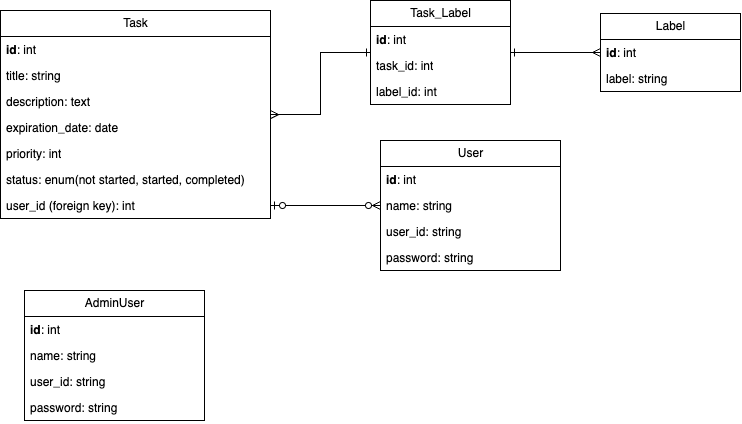
Before: myapp/docs/ER.png, a diagram exported from draw.io (Fablic/training). Source tidied: cells renumbered, new cells last; positions are measured from the earlier drawing's top-left corner, leaving out a move shared by most shapes.
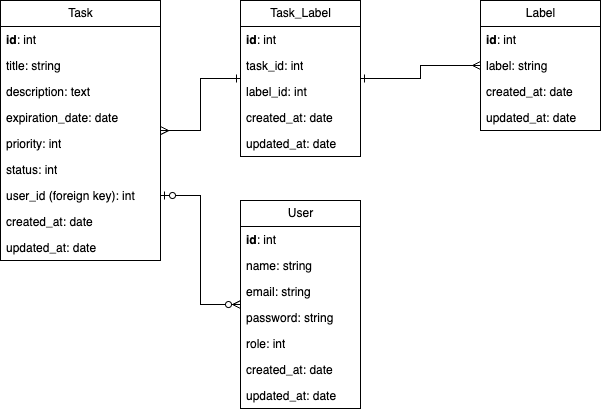
The same diagram one commit later.

The edit, as a diff of the source:
```diff
@@ -6,85 +6,97 @@
       <mxGeometry relative="1" as="geometry" />
     </mxCell>
     <mxCell id="3" value="Task" style="swimlane;fontStyle=0;horizontal=1;startSize=26;fillColor=none;html=1;" parent="1" vertex="1">
-      <mxGeometry y="10" width="270" height="208" as="geometry" />
+      <mxGeometry x="110" y="10" width="160" height="260" as="geometry" />
     </mxCell>
     <mxCell id="4" value="&lt;b&gt;id&lt;/b&gt;: int" style="text;strokeColor=none;fillColor=none;align=left;verticalAlign=top;spacingLeft=4;spacingRight=4;overflow=hidden;whiteSpace=wrap;html=1;" parent="3" vertex="1">
-      <mxGeometry y="26" width="270" height="26" as="geometry" />
+      <mxGeometry y="26" width="160" height="26" as="geometry" />
     </mxCell>
     <mxCell id="5" value="title: string" style="text;strokeColor=none;fillColor=none;align=left;verticalAlign=top;spacingLeft=4;spacingRight=4;overflow=hidden;whiteSpace=wrap;html=1;" parent="3" vertex="1">
-      <mxGeometry y="52" width="270" height="26" as="geometry" />
+      <mxGeometry y="52" width="160" height="26" as="geometry" />
     </mxCell>
     <mxCell id="6" value="description: text" style="text;strokeColor=none;fillColor=none;align=left;verticalAlign=top;spacingLeft=4;spacingRight=4;overflow=hidden;whiteSpace=wrap;html=1;" parent="3" vertex="1">
-      <mxGeometry y="78" width="270" height="26" as="geometry" />
+      <mxGeometry y="78" width="160" height="26" as="geometry" />
     </mxCell>
     <mxCell id="7" value="expiration_date: date" style="text;strokeColor=none;fillColor=none;align=left;verticalAlign=top;spacingLeft=4;spacingRight=4;overflow=hidden;whiteSpace=wrap;html=1;" parent="3" vertex="1">
-      <mxGeometry y="104" width="270" height="26" as="geometry" />
+      <mxGeometry y="104" width="160" height="26" as="geometry" />
     </mxCell>
     <mxCell id="8" value="priority: int" style="text;strokeColor=none;fillColor=none;align=left;verticalAlign=top;spacingLeft=4;spacingRight=4;overflow=hidden;whiteSpace=wrap;html=1;" parent="3" vertex="1">
-      <mxGeometry y="130" width="270" height="26" as="geometry" />
+      <mxGeometry y="130" width="160" height="26" as="geometry" />
     </mxCell>
-    <mxCell id="9" value="status: enum(not started, started, completed)" style="text;strokeColor=none;fillColor=none;align=left;verticalAlign=top;spacingLeft=4;spacingRight=4;overflow=hidden;whiteSpace=wrap;html=1;" parent="3" vertex="1">
-      <mxGeometry y="156" width="270" height="26" as="geometry" />
+    <mxCell id="9" value="status: int" style="text;strokeColor=none;fillColor=none;align=left;verticalAlign=top;spacingLeft=4;spacingRight=4;overflow=hidden;whiteSpace=wrap;html=1;" parent="3" vertex="1">
+      <mxGeometry y="156" width="160" height="26" as="geometry" />
     </mxCell>
     <mxCell id="10" value="user_id (foreign key): int" style="text;strokeColor=none;fillColor=none;align=left;verticalAlign=top;spacingLeft=4;spacingRight=4;overflow=hidden;points=[[0,0.5],[1,0.5]];portConstraint=eastwest;whiteSpace=wrap;html=1;" parent="3" vertex="1">
-      <mxGeometry y="182" width="270" height="26" as="geometry" />
+      <mxGeometry y="182" width="160" height="26" as="geometry" />
     </mxCell>
+    <mxCell id="30" value="created_at: date" style="text;strokeColor=none;fillColor=none;align=left;verticalAlign=top;spacingLeft=4;spacingRight=4;overflow=hidden;whiteSpace=wrap;html=1;" parent="3" vertex="1">
+      <mxGeometry y="208" width="160" height="26" as="geometry" />
+    </mxCell>
+    <mxCell id="31" value="updated_at: date" style="text;strokeColor=none;fillColor=none;align=left;verticalAlign=top;spacingLeft=4;spacingRight=4;overflow=hidden;whiteSpace=wrap;html=1;" parent="3" vertex="1">
+      <mxGeometry y="234" width="160" height="26" as="geometry" />
+    </mxCell>
     <mxCell id="11" value="Label" style="swimlane;fontStyle=0;horizontal=1;startSize=26;fillColor=none;html=1;" parent="1" vertex="1">
-      <mxGeometry x="600" y="13" width="140" height="78" as="geometry" />
+      <mxGeometry x="590" y="10" width="120" height="130" as="geometry" />
     </mxCell>
     <mxCell id="12" value="&lt;b&gt;id&lt;/b&gt;: int" style="text;strokeColor=none;fillColor=none;align=left;verticalAlign=top;spacingLeft=4;spacingRight=4;overflow=hidden;whiteSpace=wrap;html=1;" parent="11" vertex="1">
-      <mxGeometry y="26" width="140" height="26" as="geometry" />
+      <mxGeometry y="26" width="120" height="26" as="geometry" />
     </mxCell>
     <mxCell id="13" value="label: string" style="text;strokeColor=none;fillColor=none;align=left;verticalAlign=top;spacingLeft=4;spacingRight=4;overflow=hidden;whiteSpace=wrap;html=1;" parent="11" vertex="1">
-      <mxGeometry y="52" width="140" height="26" as="geometry" />
+      <mxGeometry y="52" width="120" height="26" as="geometry" />
     </mxCell>
+    <mxCell id="32" value="created_at: date" style="text;strokeColor=none;fillColor=none;align=left;verticalAlign=top;spacingLeft=4;spacingRight=4;overflow=hidden;whiteSpace=wrap;html=1;" parent="11" vertex="1">
+      <mxGeometry y="78" width="120" height="26" as="geometry" />
+    </mxCell>
+    <mxCell id="33" value="updated_at: date" style="text;strokeColor=none;fillColor=none;align=left;verticalAlign=top;spacingLeft=4;spacingRight=4;overflow=hidden;whiteSpace=wrap;html=1;" parent="11" vertex="1">
+      <mxGeometry y="104" width="120" height="26" as="geometry" />
+    </mxCell>
     <mxCell id="14" value="User" style="swimlane;fontStyle=0;horizontal=1;startSize=26;fillColor=none;html=1;" parent="1" vertex="1">
-      <mxGeometry x="380" y="140" width="180" height="130" as="geometry" />
+      <mxGeometry x="350" y="210" width="120" height="208" as="geometry" />
     </mxCell>
     <mxCell id="15" value="&lt;b&gt;id&lt;/b&gt;: int" style="text;strokeColor=none;fillColor=none;align=left;verticalAlign=top;spacingLeft=4;spacingRight=4;overflow=hidden;whiteSpace=wrap;html=1;" parent="14" vertex="1">
-      <mxGeometry y="26" width="180" height="26" as="geometry" />
+      <mxGeometry y="26" width="120" height="26" as="geometry" />
     </mxCell>
     <mxCell id="16" value="name: string" style="text;strokeColor=none;fillColor=none;align=left;verticalAlign=top;spacingLeft=4;spacingRight=4;overflow=hidden;whiteSpace=wrap;html=1;" parent="14" vertex="1">
-      <mxGeometry y="52" width="180" height="26" as="geometry" />
+      <mxGeometry y="52" width="120" height="26" as="geometry" />
     </mxCell>
-    <mxCell id="17" value="user_id: string" style="text;strokeColor=none;fillColor=none;align=left;verticalAlign=top;spacingLeft=4;spacingRight=4;overflow=hidden;whiteSpace=wrap;html=1;" parent="14" vertex="1">
-      <mxGeometry y="78" width="180" height="26" as="geometry" />
+    <mxCell id="17" value="email: string" style="text;strokeColor=none;fillColor=none;align=left;verticalAlign=top;spacingLeft=4;spacingRight=4;overflow=hidden;whiteSpace=wrap;html=1;" parent="14" vertex="1">
+      <mxGeometry y="78" width="120" height="26" as="geometry" />
     </mxCell>
     <mxCell id="18" value="password: string" style="text;strokeColor=none;fillColor=none;align=left;verticalAlign=top;spacingLeft=4;spacingRight=4;overflow=hidden;whiteSpace=wrap;html=1;" parent="14" vertex="1">
-      <mxGeometry y="104" width="180" height="26" as="geometry" />
+      <mxGeometry y="104" width="120" height="26" as="geometry" />
     </mxCell>
+    <mxCell id="34" value="role: int" style="text;strokeColor=none;fillColor=none;align=left;verticalAlign=top;spacingLeft=4;spacingRight=4;overflow=hidden;whiteSpace=wrap;html=1;" parent="14" vertex="1">
+      <mxGeometry y="130" width="120" height="26" as="geometry" />
+    </mxCell>
+    <mxCell id="35" value="created_at: date" style="text;strokeColor=none;fillColor=none;align=left;verticalAlign=top;spacingLeft=4;spacingRight=4;overflow=hidden;whiteSpace=wrap;html=1;" parent="14" vertex="1">
+      <mxGeometry y="156" width="120" height="26" as="geometry" />
+    </mxCell>
+    <mxCell id="36" value="updated_at: date" style="text;strokeColor=none;fillColor=none;align=left;verticalAlign=top;spacingLeft=4;spacingRight=4;overflow=hidden;whiteSpace=wrap;html=1;" parent="14" vertex="1">
+      <mxGeometry y="182" width="120" height="26" as="geometry" />
+    </mxCell>
     <mxCell id="19" style="edgeStyle=orthogonalEdgeStyle;rounded=0;jettySize=auto;html=1;endArrow=ERzeroToMany;endFill=0;startArrow=ERzeroToOne;startFill=0;" parent="1" edge="1" source="10" target="14">
       <mxGeometry relative="1" as="geometry" />
     </mxCell>
-    <mxCell id="20" value="AdminUser" style="swimlane;fontStyle=0;horizontal=1;startSize=26;fillColor=none;html=1;" parent="1" vertex="1">
-      <mxGeometry x="24" y="290" width="180" height="130" as="geometry" />
-    </mxCell>
-    <mxCell id="21" value="&lt;b&gt;id&lt;/b&gt;: int" style="text;strokeColor=none;fillColor=none;align=left;verticalAlign=top;spacingLeft=4;spacingRight=4;overflow=hidden;whiteSpace=wrap;html=1;" parent="20" vertex="1">
-      <mxGeometry y="26" width="180" height="26" as="geometry" />
-    </mxCell>
-    <mxCell id="22" value="name: string" style="text;strokeColor=none;fillColor=none;align=left;verticalAlign=top;spacingLeft=4;spacingRight=4;overflow=hidden;whiteSpace=wrap;html=1;" parent="20" vertex="1">
-      <mxGeometry y="52" width="180" height="26" as="geometry" />
-    </mxCell>
-    <mxCell id="23" value="user_id: string" style="text;strokeColor=none;fillColor=none;align=left;verticalAlign=top;spacingLeft=4;spacingRight=4;overflow=hidden;whiteSpace=wrap;html=1;" parent="20" vertex="1">
-      <mxGeometry y="78" width="180" height="26" as="geometry" />
-    </mxCell>
-    <mxCell id="24" value="password: string" style="text;strokeColor=none;fillColor=none;align=left;verticalAlign=top;spacingLeft=4;spacingRight=4;overflow=hidden;whiteSpace=wrap;html=1;" parent="20" vertex="1">
-      <mxGeometry y="104" width="180" height="26" as="geometry" />
-    </mxCell>
     <mxCell id="25" style="edgeStyle=orthogonalEdgeStyle;rounded=0;jettySize=auto;html=1;endArrow=ERmany;endFill=0;startArrow=ERone;startFill=0;" parent="1" edge="1" source="26" target="11">
       <mxGeometry relative="1" as="geometry" />
     </mxCell>
     <mxCell id="26" value="Task_Label" style="swimlane;fontStyle=0;horizontal=1;startSize=26;fillColor=none;html=1;" parent="1" vertex="1">
-      <mxGeometry x="370" width="140" height="104" as="geometry" />
+      <mxGeometry x="350" y="10" width="120" height="156" as="geometry" />
     </mxCell>
     <mxCell id="27" value="&lt;b&gt;id&lt;/b&gt;: int" style="text;strokeColor=none;fillColor=none;align=left;verticalAlign=top;spacingLeft=4;spacingRight=4;overflow=hidden;whiteSpace=wrap;html=1;" parent="26" vertex="1">
-      <mxGeometry y="26" width="140" height="26" as="geometry" />
+      <mxGeometry y="26" width="120" height="26" as="geometry" />
     </mxCell>
     <mxCell id="28" value="task_id: int" style="text;strokeColor=none;fillColor=none;align=left;verticalAlign=top;spacingLeft=4;spacingRight=4;overflow=hidden;whiteSpace=wrap;html=1;" parent="26" vertex="1">
-      <mxGeometry y="52" width="140" height="26" as="geometry" />
+      <mxGeometry y="52" width="120" height="26" as="geometry" />
     </mxCell>
     <mxCell id="29" value="label_id: int" style="text;strokeColor=none;fillColor=none;align=left;verticalAlign=top;spacingLeft=4;spacingRight=4;overflow=hidden;whiteSpace=wrap;html=1;" parent="26" vertex="1">
-      <mxGeometry y="78" width="140" height="26" as="geometry" />
+      <mxGeometry y="78" width="120" height="26" as="geometry" />
     </mxCell>
+    <mxCell id="37" value="created_at: date" style="text;strokeColor=none;fillColor=none;align=left;verticalAlign=top;spacingLeft=4;spacingRight=4;overflow=hidden;whiteSpace=wrap;html=1;" parent="26" vertex="1">
+      <mxGeometry y="104" width="120" height="26" as="geometry" />
+    </mxCell>
+    <mxCell id="38" value="updated_at: date" style="text;strokeColor=none;fillColor=none;align=left;verticalAlign=top;spacingLeft=4;spacingRight=4;overflow=hidden;whiteSpace=wrap;html=1;" parent="26" vertex="1">
+      <mxGeometry y="130" width="120" height="26" as="geometry" />
+    </mxCell>
   </root>
 </mxGraphModel>
```
